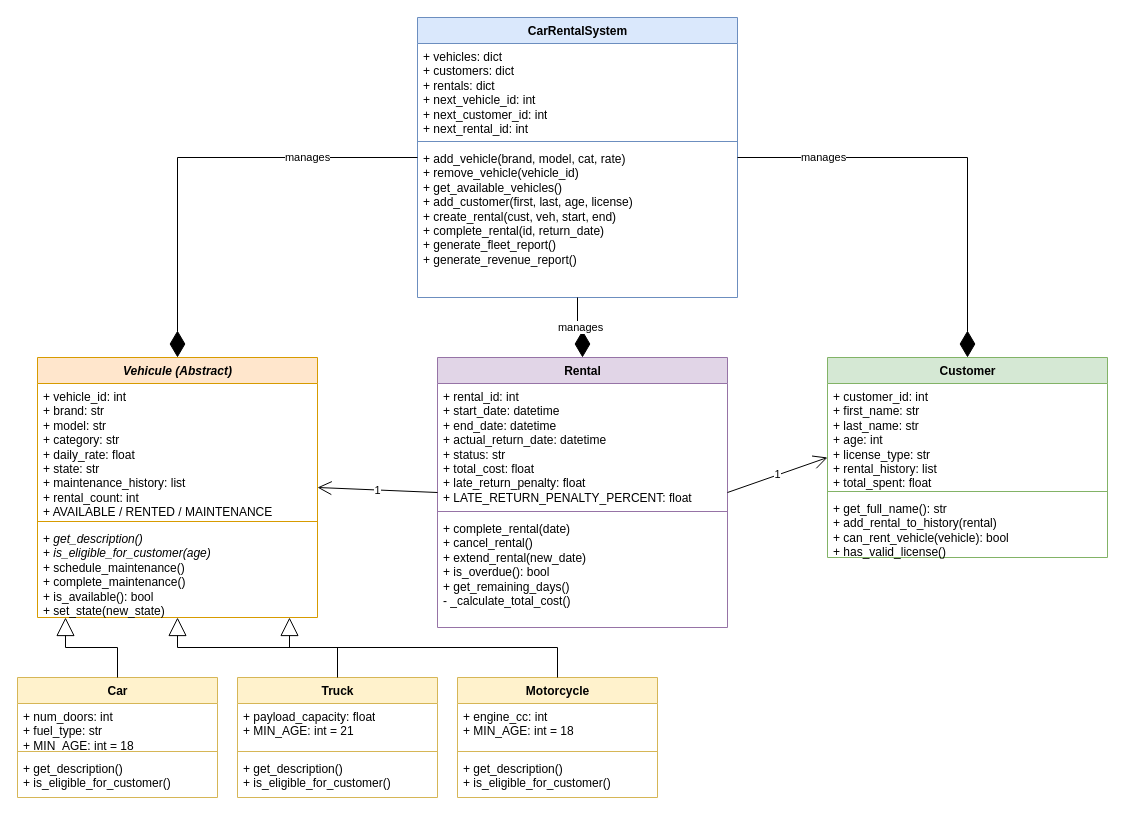
Before: UML/CarRental.drawio in ian8100/rentacar, a draw.io diagram. Source tidied: cells renumbered, new cells numbered last; positions are measured from the earlier drawing's top-left corner, leaving out a move shared by most shapes. Both pictures are drawn from the tidied source at 100%, with x=0, y=0 at pixel (17, 17).
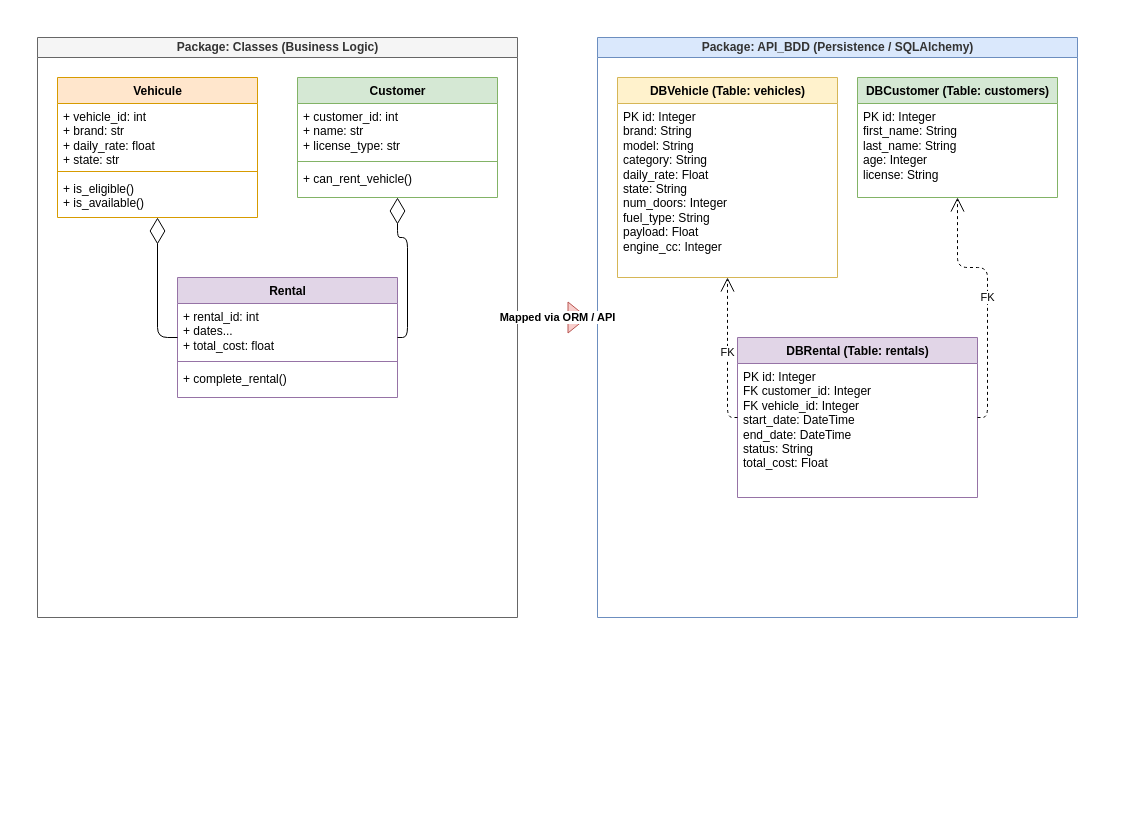
Above is the later version.

Commit message (it also covers changes not shown here):
Mise à jour ReadMe et UML

The edit, as a diff of the source:
```diff
@@
-    <mxCell id="2" value="&lt;b&gt;CarRentalSystem&lt;/b&gt;" style="swimlane;fontStyle=1;align=center;verticalAlign=top;horizontal=1;startSize=26;html=1;fillColor=#dae8fc;strokeColor=#6c8ebf;" parent="1" vertex="1">
-      <mxGeometry x="400" width="320" height="280" as="geometry" />
-    </mxCell>
-    <mxCell id="3" value="+ vehicles: dict&#10;+ customers: dict&#10;+ rentals: dict&#10;+ next_vehicle_id: int&#10;+ next_customer_id: int&#10;+ next_rental_id: int" style="text;strokeColor=none;fillColor=none;align=left;verticalAlign=top;spacingLeft=4;spacingRight=4;overflow=hidden;whiteSpace=wrap;html=1;" parent="2" vertex="1">
-      <mxGeometry y="26" width="320" height="94" as="geometry" />
-    </mxCell>
-    <mxCell id="4" style="line;strokeWidth=1;fillColor=none;align=left;verticalAlign=middle;spacingTop=-1;spacingLeft=3;spacingRight=3;labelPosition=right;strokeColor=inherit;" parent="2" vertex="1">
-      <mxGeometry y="120" width="320" height="8" as="geometry" />
-    </mxCell>
-    <mxCell id="5" value="+ add_vehicle(brand, model, cat, rate)&#10;+ remove_vehicle(vehicle_id)&#10;+ get_available_vehicles()&#10;+ add_customer(first, last, age, license)&#10;+ create_rental(cust, veh, start, end)&#10;+ complete_rental(id, return_date)&#10;+ generate_fleet_report()&#10;+ generate_revenue_report()" style="text;strokeColor=none;fillColor=none;align=left;verticalAlign=top;spacingLeft=4;spacingRight=4;overflow=hidden;whiteSpace=wrap;html=1;" parent="2" vertex="1">
-      <mxGeometry y="128" width="320" height="152" as="geometry" />
-    </mxCell>
-    <mxCell id="6" value="&lt;b&gt;&lt;i&gt;Vehicule (Abstract)&lt;/i&gt;&lt;/b&gt;" style="swimlane;fontStyle=1;align=center;verticalAlign=top;horizontal=1;startSize=26;html=1;fillColor=#ffe6cc;strokeColor=#d79b00;" parent="1" vertex="1">
-      <mxGeometry x="20" y="340" width="280" height="260" as="geometry" />
-    </mxCell>
-    <mxCell id="7" value="+ vehicle_id: int&#10;+ brand: str&#10;+ model: str&#10;+ category: str&#10;+ daily_rate: float&#10;+ state: str&#10;+ maintenance_history: list&#10;+ rental_count: int&#10;+ AVAILABLE / RENTED / MAINTENANCE" style="text;strokeColor=none;fillColor=none;align=left;verticalAlign=top;spacingLeft=4;spacingRight=4;overflow=hidden;whiteSpace=wrap;html=1;" parent="6" vertex="1">
-      <mxGeometry y="26" width="280" height="134" as="geometry" />
-    </mxCell>
-    <mxCell id="8" style="line;strokeWidth=1;fillColor=none;align=left;verticalAlign=middle;spacingTop=-1;spacingLeft=3;spacingRight=3;labelPosition=right;strokeColor=inherit;" parent="6" vertex="1">
-      <mxGeometry y="160" width="280" height="8" as="geometry" />
-    </mxCell>
-    <mxCell id="9" value="+ &lt;i&gt;get_description()&lt;/i&gt;&#10;+ &lt;i&gt;is_eligible_for_customer(age)&lt;/i&gt;&#10;+ schedule_maintenance()&#10;+ complete_maintenance()&#10;+ is_available(): bool&#10;+ set_state(new_state)" style="text;strokeColor=none;fillColor=none;align=left;verticalAlign=top;spacingLeft=4;spacingRight=4;overflow=hidden;whiteSpace=wrap;html=1;" parent="6" vertex="1">
-      <mxGeometry y="168" width="280" height="92" as="geometry" />
-    </mxCell>
+    <mxCell id="38" value="&lt;b&gt;Package: Classes (Business Logic)&lt;/b&gt;" style="swimlane;html=1;startSize=20;horizontal=1;fillColor=#f5f5f5;fontColor=#333333;strokeColor=#666666;" parent="1" vertex="1">
+      <mxGeometry x="20" y="20" width="480" height="580" as="geometry" />
+    </mxCell>
+    <mxCell id="39" value="&lt;b&gt;Vehicule&lt;/b&gt;" style="swimlane;fontStyle=1;align=center;verticalAlign=top;horizontal=1;startSize=26;html=1;fillColor=#ffe6cc;strokeColor=#d79b00;" parent="38" vertex="1">
+      <mxGeometry x="20" y="40" width="200" height="140" as="geometry" />
+    </mxCell>
+    <mxCell id="40" value="+ vehicle_id: int&#10;+ brand: str&#10;+ daily_rate: float&#10;+ state: str" style="text;strokeColor=none;fillColor=none;align=left;verticalAlign=top;spacingLeft=4;spacingRight=4;overflow=hidden;whiteSpace=wrap;html=1;" parent="39" vertex="1">
+      <mxGeometry y="26" width="200" height="64" as="geometry" />
+    </mxCell>
+    <mxCell id="41" style="line;strokeWidth=1;fillColor=none;align=left;verticalAlign=middle;spacingTop=-1;spacingLeft=3;spacingRight=3;labelPosition=right;strokeColor=inherit;" parent="39" vertex="1">
+      <mxGeometry y="90" width="200" height="8" as="geometry" />
+    </mxCell>
+    <mxCell id="42" value="+ is_eligible()&#10;+ is_available()" style="text;strokeColor=none;fillColor=none;align=left;verticalAlign=top;spacingLeft=4;spacingRight=4;overflow=hidden;whiteSpace=wrap;html=1;" parent="39" vertex="1">
+      <mxGeometry y="98" width="200" height="42" as="geometry" />
+    </mxCell>
+    <mxCell id="14" value="&lt;b&gt;Customer&lt;/b&gt;" style="swimlane;fontStyle=1;align=center;verticalAlign=top;horizontal=1;startSize=26;html=1;fillColor=#d5e8d4;strokeColor=#82b366;" parent="38" vertex="1">
+      <mxGeometry x="260" y="40" width="200" height="120" as="geometry" />
+    </mxCell>
+    <mxCell id="43" value="+ customer_id: int&#10;+ name: str&#10;+ license_type: str" style="text;strokeColor=none;fillColor=none;align=left;verticalAlign=top;spacingLeft=4;spacingRight=4;overflow=hidden;whiteSpace=wrap;html=1;" parent="14" vertex="1">
+      <mxGeometry y="26" width="200" height="54" as="geometry" />
+    </mxCell>
+    <mxCell id="44" style="line;strokeWidth=1;fillColor=none;align=left;verticalAlign=middle;spacingTop=-1;spacingLeft=3;spacingRight=3;labelPosition=right;strokeColor=inherit;" parent="14" vertex="1">
+      <mxGeometry y="80" width="200" height="8" as="geometry" />
+    </mxCell>
+    <mxCell id="45" value="+ can_rent_vehicle()" style="text;strokeColor=none;fillColor=none;align=left;verticalAlign=top;spacingLeft=4;spacingRight=4;overflow=hidden;whiteSpace=wrap;html=1;" parent="14" vertex="1">
+      <mxGeometry y="88" width="200" height="32" as="geometry" />
+    </mxCell>
-    <mxCell id="10" value="&lt;b&gt;Rental&lt;/b&gt;" style="swimlane;fontStyle=1;align=center;verticalAlign=top;horizontal=1;startSize=26;html=1;fillColor=#e1d5e7;strokeColor=#9673a6;" parent="1" vertex="1">
-      <mxGeometry x="420" y="340" width="290" height="270" as="geometry" />
+    <mxCell id="10" value="&lt;b&gt;Rental&lt;/b&gt;" style="swimlane;fontStyle=1;align=center;verticalAlign=top;horizontal=1;startSize=26;html=1;fillColor=#e1d5e7;strokeColor=#9673a6;" parent="38" vertex="1">
+      <mxGeometry x="140" y="240" width="220" height="120" as="geometry" />
     </mxCell>
-    <mxCell id="11" value="+ rental_id: int&#10;+ start_date: datetime&#10;+ end_date: datetime&#10;+ actual_return_date: datetime&#10;+ status: str&#10;+ total_cost: float&#10;+ late_return_penalty: float&#10;+ LATE_RETURN_PENALTY_PERCENT: float" style="text;strokeColor=none;fillColor=none;align=left;verticalAlign=top;spacingLeft=4;spacingRight=4;overflow=hidden;whiteSpace=wrap;html=1;" parent="10" vertex="1">
-      <mxGeometry y="26" width="290" height="124" as="geometry" />
-    </mxCell>
-    <mxCell id="12" style="line;strokeWidth=1;fillColor=none;align=left;verticalAlign=middle;spacingTop=-1;spacingLeft=3;spacingRight=3;labelPosition=right;strokeColor=inherit;" parent="10" vertex="1">
-      <mxGeometry y="150" width="290" height="8" as="geometry" />
-    </mxCell>
-    <mxCell id="13" value="+ complete_rental(date)&#10;+ cancel_rental()&#10;+ extend_rental(new_date)&#10;+ is_overdue(): bool&#10;+ get_remaining_days()&#10;- _calculate_total_cost()" style="text;strokeColor=none;fillColor=none;align=left;verticalAlign=top;spacingLeft=4;spacingRight=4;overflow=hidden;whiteSpace=wrap;html=1;" parent="10" vertex="1">
-      <mxGeometry y="158" width="290" height="112" as="geometry" />
-    </mxCell>
-    <mxCell id="14" value="&lt;b&gt;Customer&lt;/b&gt;" style="swimlane;fontStyle=1;align=center;verticalAlign=top;horizontal=1;startSize=26;html=1;fillColor=#d5e8d4;strokeColor=#82b366;" parent="1" vertex="1">
-      <mxGeometry x="810" y="340" width="280" height="200" as="geometry" />
-    </mxCell>
-    <mxCell id="15" value="+ customer_id: int&#10;+ first_name: str&#10;+ last_name: str&#10;+ age: int&#10;+ license_type: str&#10;+ rental_history: list&#10;+ total_spent: float" style="text;strokeColor=none;fillColor=none;align=left;verticalAlign=top;spacingLeft=4;spacingRight=4;overflow=hidden;whiteSpace=wrap;html=1;" parent="14" vertex="1">
-      <mxGeometry y="26" width="280" height="104" as="geometry" />
-    </mxCell>
-    <mxCell id="16" style="line;strokeWidth=1;fillColor=none;align=left;verticalAlign=middle;spacingTop=-1;spacingLeft=3;spacingRight=3;labelPosition=right;strokeColor=inherit;" parent="14" vertex="1">
-      <mxGeometry y="130" width="280" height="8" as="geometry" />
-    </mxCell>
-    <mxCell id="17" value="+ get_full_name(): str&#10;+ add_rental_to_history(rental)&#10;+ can_rent_vehicle(vehicle): bool&#10;+ has_valid_license()" style="text;strokeColor=none;fillColor=none;align=left;verticalAlign=top;spacingLeft=4;spacingRight=4;overflow=hidden;whiteSpace=wrap;html=1;" parent="14" vertex="1">
-      <mxGeometry y="138" width="280" height="62" as="geometry" />
-    </mxCell>
-    <mxCell id="18" value="&lt;b&gt;Car&lt;/b&gt;" style="swimlane;fontStyle=1;align=center;verticalAlign=top;horizontal=1;startSize=26;html=1;fillColor=#fff2cc;strokeColor=#d6b656;" parent="1" vertex="1">
-      <mxGeometry y="660" width="200" height="120" as="geometry" />
-    </mxCell>
-    <mxCell id="19" value="+ num_doors: int&#10;+ fuel_type: str&#10;+ MIN_AGE: int = 18" style="text;strokeColor=none;fillColor=none;align=left;verticalAlign=top;spacingLeft=4;spacingRight=4;overflow=hidden;whiteSpace=wrap;html=1;" parent="18" vertex="1">
-      <mxGeometry y="26" width="200" height="44" as="geometry" />
-    </mxCell>
-    <mxCell id="20" style="line;strokeWidth=1;fillColor=none;align=left;verticalAlign=middle;spacingTop=-1;spacingLeft=3;spacingRight=3;labelPosition=right;strokeColor=inherit;" parent="18" vertex="1">
-      <mxGeometry y="70" width="200" height="8" as="geometry" />
-    </mxCell>
-    <mxCell id="21" value="+ get_description()&#10;+ is_eligible_for_customer()" style="text;strokeColor=none;fillColor=none;align=left;verticalAlign=top;spacingLeft=4;spacingRight=4;overflow=hidden;whiteSpace=wrap;html=1;" parent="18" vertex="1">
-      <mxGeometry y="78" width="200" height="42" as="geometry" />
-    </mxCell>
-    <mxCell id="22" value="&lt;b&gt;Truck&lt;/b&gt;" style="swimlane;fontStyle=1;align=center;verticalAlign=top;horizontal=1;startSize=26;html=1;fillColor=#fff2cc;strokeColor=#d6b656;" parent="1" vertex="1">
-      <mxGeometry x="220" y="660" width="200" height="120" as="geometry" />
-    </mxCell>
-    <mxCell id="23" value="+ payload_capacity: float&#10;+ MIN_AGE: int = 21" style="text;strokeColor=none;fillColor=none;align=left;verticalAlign=top;spacingLeft=4;spacingRight=4;overflow=hidden;whiteSpace=wrap;html=1;" parent="22" vertex="1">
-      <mxGeometry y="26" width="200" height="44" as="geometry" />
-    </mxCell>
-    <mxCell id="24" style="line;strokeWidth=1;fillColor=none;align=left;verticalAlign=middle;spacingTop=-1;spacingLeft=3;spacingRight=3;labelPosition=right;strokeColor=inherit;" parent="22" vertex="1">
-      <mxGeometry y="70" width="200" height="8" as="geometry" />
-    </mxCell>
-    <mxCell id="25" value="+ get_description()&#10;+ is_eligible_for_customer()" style="text;strokeColor=none;fillColor=none;align=left;verticalAlign=top;spacingLeft=4;spacingRight=4;overflow=hidden;whiteSpace=wrap;html=1;" parent="22" vertex="1">
-      <mxGeometry y="78" width="200" height="42" as="geometry" />
-    </mxCell>
-    <mxCell id="26" value="&lt;b&gt;Motorcycle&lt;/b&gt;" style="swimlane;fontStyle=1;align=center;verticalAlign=top;horizontal=1;startSize=26;html=1;fillColor=#fff2cc;strokeColor=#d6b656;" parent="1" vertex="1">
-      <mxGeometry x="440" y="660" width="200" height="120" as="geometry" />
-    </mxCell>
-    <mxCell id="27" value="+ engine_cc: int&#10;+ MIN_AGE: int = 18" style="text;strokeColor=none;fillColor=none;align=left;verticalAlign=top;spacingLeft=4;spacingRight=4;overflow=hidden;whiteSpace=wrap;html=1;" parent="26" vertex="1">
-      <mxGeometry y="26" width="200" height="44" as="geometry" />
-    </mxCell>
-    <mxCell id="28" style="line;strokeWidth=1;fillColor=none;align=left;verticalAlign=middle;spacingTop=-1;spacingLeft=3;spacingRight=3;labelPosition=right;strokeColor=inherit;" parent="26" vertex="1">
-      <mxGeometry y="70" width="200" height="8" as="geometry" />
-    </mxCell>
-    <mxCell id="29" value="+ get_description()&#10;+ is_eligible_for_customer()" style="text;strokeColor=none;fillColor=none;align=left;verticalAlign=top;spacingLeft=4;spacingRight=4;overflow=hidden;whiteSpace=wrap;html=1;" parent="26" vertex="1">
-      <mxGeometry y="78" width="200" height="42" as="geometry" />
-    </mxCell>
+    <mxCell id="46" value="+ rental_id: int&#10;+ dates...&#10;+ total_cost: float" style="text;strokeColor=none;fillColor=none;align=left;verticalAlign=top;spacingLeft=4;spacingRight=4;overflow=hidden;whiteSpace=wrap;html=1;" parent="10" vertex="1">
+      <mxGeometry y="26" width="220" height="54" as="geometry" />
+    </mxCell>
+    <mxCell id="47" style="line;strokeWidth=1;fillColor=none;align=left;verticalAlign=middle;spacingTop=-1;spacingLeft=3;spacingRight=3;labelPosition=right;strokeColor=inherit;" parent="10" vertex="1">
+      <mxGeometry y="80" width="220" height="8" as="geometry" />
+    </mxCell>
+    <mxCell id="48" value="+ complete_rental()" style="text;strokeColor=none;fillColor=none;align=left;verticalAlign=top;spacingLeft=4;spacingRight=4;overflow=hidden;whiteSpace=wrap;html=1;" parent="10" vertex="1">
+      <mxGeometry y="88" width="220" height="32" as="geometry" />
+    </mxCell>
+    <mxCell id="49" value="&lt;b&gt;Package: API_BDD (Persistence / SQLAlchemy)&lt;/b&gt;" style="swimlane;html=1;startSize=20;horizontal=1;fillColor=#dae8fc;fontColor=#333333;strokeColor=#6c8ebf;" parent="1" vertex="1">
+      <mxGeometry x="580" y="20" width="480" height="580" as="geometry" />
+    </mxCell>
+    <mxCell id="50" value="&lt;b&gt;DBVehicle (Table: vehicles)&lt;/b&gt;" style="swimlane;fontStyle=1;align=center;verticalAlign=top;horizontal=1;startSize=26;html=1;fillColor=#fff2cc;strokeColor=#d6b656;" parent="49" vertex="1">
+      <mxGeometry x="20" y="40" width="220" height="200" as="geometry" />
+    </mxCell>
+    <mxCell id="51" value="PK id: Integer&#10;brand: String&#10;model: String&#10;category: String&#10;daily_rate: Float&#10;state: String&#10;num_doors: Integer&#10;fuel_type: String&#10;payload: Float&#10;engine_cc: Integer" style="text;strokeColor=none;fillColor=none;align=left;verticalAlign=top;spacingLeft=4;spacingRight=4;overflow=hidden;whiteSpace=wrap;html=1;" parent="50" vertex="1">
+      <mxGeometry y="26" width="220" height="160" as="geometry" />
+    </mxCell>
+    <mxCell id="52" value="&lt;b&gt;DBCustomer (Table: customers)&lt;/b&gt;" style="swimlane;fontStyle=1;align=center;verticalAlign=top;horizontal=1;startSize=26;html=1;fillColor=#d5e8d4;strokeColor=#82b366;" parent="49" vertex="1">
+      <mxGeometry x="260" y="40" width="200" height="120" as="geometry" />
+    </mxCell>
+    <mxCell id="53" value="PK id: Integer&#10;first_name: String&#10;last_name: String&#10;age: Integer&#10;license: String" style="text;strokeColor=none;fillColor=none;align=left;verticalAlign=top;spacingLeft=4;spacingRight=4;overflow=hidden;whiteSpace=wrap;html=1;" parent="52" vertex="1">
+      <mxGeometry y="26" width="200" height="80" as="geometry" />
+    </mxCell>
+    <mxCell id="54" value="&lt;b&gt;DBRental (Table: rentals)&lt;/b&gt;" style="swimlane;fontStyle=1;align=center;verticalAlign=top;horizontal=1;startSize=26;html=1;fillColor=#e1d5e7;strokeColor=#9673a6;" parent="49" vertex="1">
+      <mxGeometry x="140" y="300" width="240" height="160" as="geometry" />
+    </mxCell>
+    <mxCell id="55" value="PK id: Integer&#10;FK customer_id: Integer&#10;FK vehicle_id: Integer&#10;start_date: DateTime&#10;end_date: DateTime&#10;status: String&#10;total_cost: Float" style="text;strokeColor=none;fillColor=none;align=left;verticalAlign=top;spacingLeft=4;spacingRight=4;overflow=hidden;whiteSpace=wrap;html=1;" parent="54" vertex="1">
+      <mxGeometry y="26" width="240" height="120" as="geometry" />
+    </mxCell>
-    <mxCell id="30" value="manages" style="endArrow=diamondThin;endFill=1;endSize=24;html=1;rounded=0;exitX=0;exitY=0.5;exitDx=0;exitDy=0;entryX=0.5;entryY=0;entryDx=0;entryDy=0;edgeStyle=orthogonalEdgeStyle;" parent="1" edge="1" source="2" target="6">
-      <mxGeometry x="-0.5" relative="1" as="geometry" />
+    <mxCell id="30" style="endArrow=diamondThin;endFill=0;endSize=24;html=1;entryX=0.5;entryY=1;entryDx=0;entryDy=0;exitX=0;exitY=0.5;exitDx=0;exitDy=0;edgeStyle=orthogonalEdgeStyle;" parent="38" edge="1" source="10" target="39">
+      <mxGeometry relative="1" as="geometry" />
     </mxCell>
-    <mxCell id="31" value="manages" style="endArrow=diamondThin;endFill=1;endSize=24;html=1;rounded=0;exitX=0.5;exitY=1;exitDx=0;exitDy=0;entryX=0.5;entryY=0;entryDx=0;entryDy=0;edgeStyle=orthogonalEdgeStyle;" parent="1" edge="1" source="2" target="10">
+    <mxCell id="31" style="endArrow=diamondThin;endFill=0;endSize=24;html=1;entryX=0.5;entryY=1;entryDx=0;entryDy=0;exitX=1;exitY=0.5;exitDx=0;exitDy=0;edgeStyle=orthogonalEdgeStyle;" parent="38" edge="1" source="10" target="14">
       <mxGeometry relative="1" as="geometry" />
     </mxCell>
-    <mxCell id="32" value="manages" style="endArrow=diamondThin;endFill=1;endSize=24;html=1;rounded=0;exitX=1;exitY=0.5;exitDx=0;exitDy=0;entryX=0.5;entryY=0;entryDx=0;entryDy=0;edgeStyle=orthogonalEdgeStyle;" parent="1" edge="1" source="2" target="14">
-      <mxGeometry x="-0.6" relative="1" as="geometry" />
+    <mxCell id="32" value="FK" style="endArrow=open;endSize=12;dashed=1;html=1;entryX=0.5;entryY=1;entryDx=0;entryDy=0;exitX=0;exitY=0.5;exitDx=0;exitDy=0;edgeStyle=orthogonalEdgeStyle;" parent="49" edge="1" source="54" target="50">
+      <mxGeometry relative="1" as="geometry" />
     </mxCell>
-    <mxCell id="33" style="endArrow=block;endSize=16;endFill=0;html=1;rounded=0;exitX=0.5;exitY=0;exitDx=0;exitDy=0;entryX=0.1;entryY=1;entryDx=0;entryDy=0;edgeStyle=orthogonalEdgeStyle;" parent="1" edge="1" source="18" target="6">
+    <mxCell id="33" value="FK" style="endArrow=open;endSize=12;dashed=1;html=1;entryX=0.5;entryY=1;entryDx=0;entryDy=0;exitX=1;exitY=0.5;exitDx=0;exitDy=0;edgeStyle=orthogonalEdgeStyle;" parent="49" edge="1" source="54" target="52">
       <mxGeometry relative="1" as="geometry" />
     </mxCell>
-    <mxCell id="34" style="endArrow=block;endSize=16;endFill=0;html=1;rounded=0;exitX=0.5;exitY=0;exitDx=0;exitDy=0;entryX=0.5;entryY=1;entryDx=0;entryDy=0;edgeStyle=orthogonalEdgeStyle;" parent="1" edge="1" source="22" target="6">
-      <mxGeometry relative="1" as="geometry" />
-    </mxCell>
-    <mxCell id="35" style="endArrow=block;endSize=16;endFill=0;html=1;rounded=0;exitX=0.5;exitY=0;exitDx=0;exitDy=0;entryX=0.9;entryY=1;entryDx=0;entryDy=0;edgeStyle=orthogonalEdgeStyle;" parent="1" edge="1" source="26" target="6">
-      <mxGeometry relative="1" as="geometry" />
-    </mxCell>
-    <mxCell id="36" value="1" style="endArrow=open;html=1;endSize=12;rounded=0;exitX=0;exitY=0.5;exitDx=0;exitDy=0;entryX=1;entryY=0.5;entryDx=0;entryDy=0;" parent="1" edge="1" source="10" target="6">
-      <mxGeometry relative="1" as="geometry" />
-    </mxCell>
-    <mxCell id="37" value="1" style="endArrow=open;html=1;endSize=12;rounded=0;exitX=1;exitY=0.5;exitDx=0;exitDy=0;entryX=0;entryY=0.5;entryDx=0;entryDy=0;" parent="1" edge="1" source="10" target="14">
-      <mxGeometry relative="1" as="geometry" />
-    </mxCell>
+    <mxCell id="56" value="&lt;b&gt;Mapped via ORM / API&lt;/b&gt;" style="shape=flexArrow;endArrow=classic;html=1;rounded=0;fillColor=#f8cecc;strokeColor=#b85450;" parent="1" edge="1">
+      <mxGeometry relative="1" as="geometry">
+        <mxPoint x="510" y="300" as="sourcePoint" />
+        <mxPoint x="570" y="300" as="targetPoint" />
+      </mxGeometry>
+    </mxCell>
```
